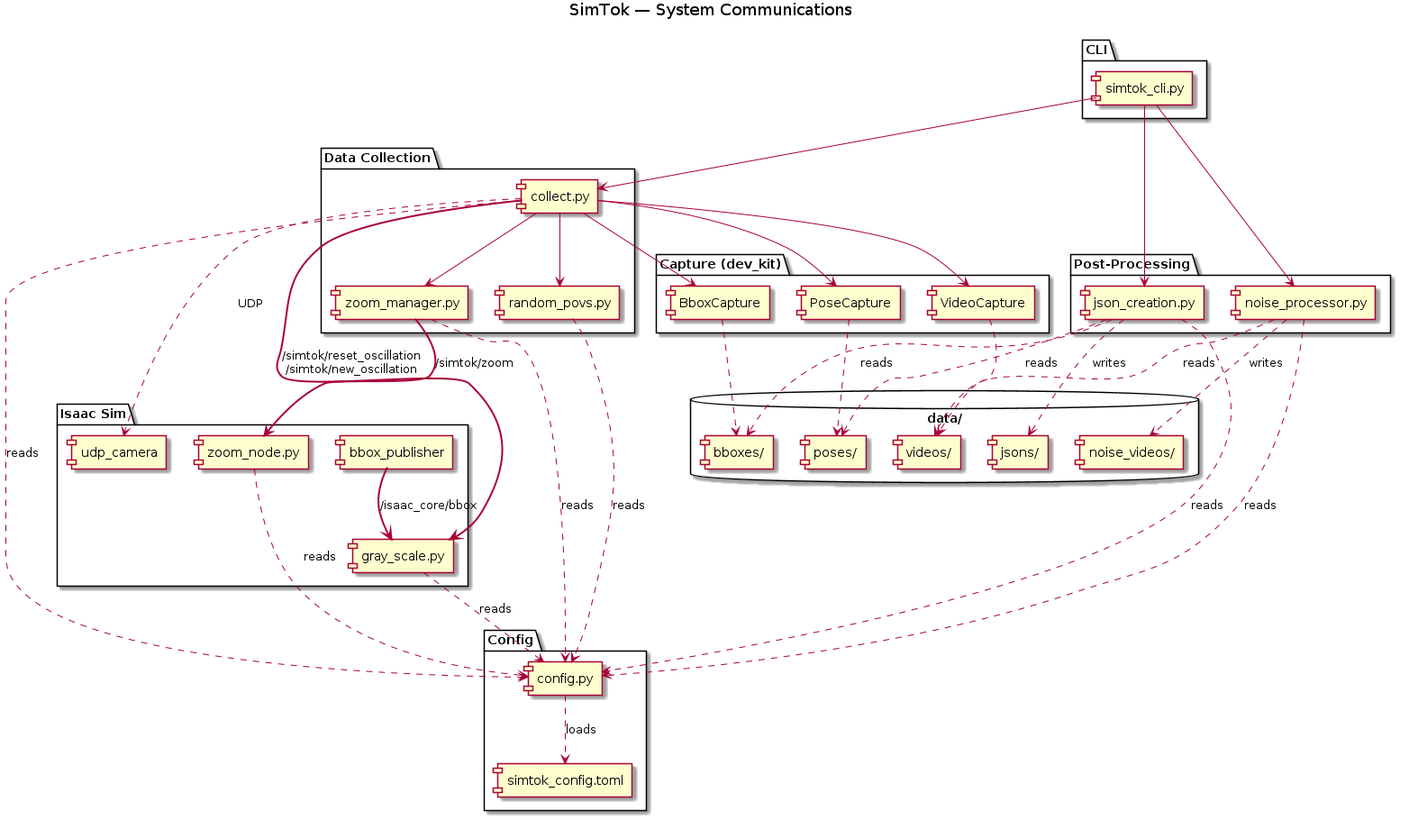
This is readme_assets/images/system_communications.png from JerichoGroup/simtok, a PlantUML export, as it was before one commit.
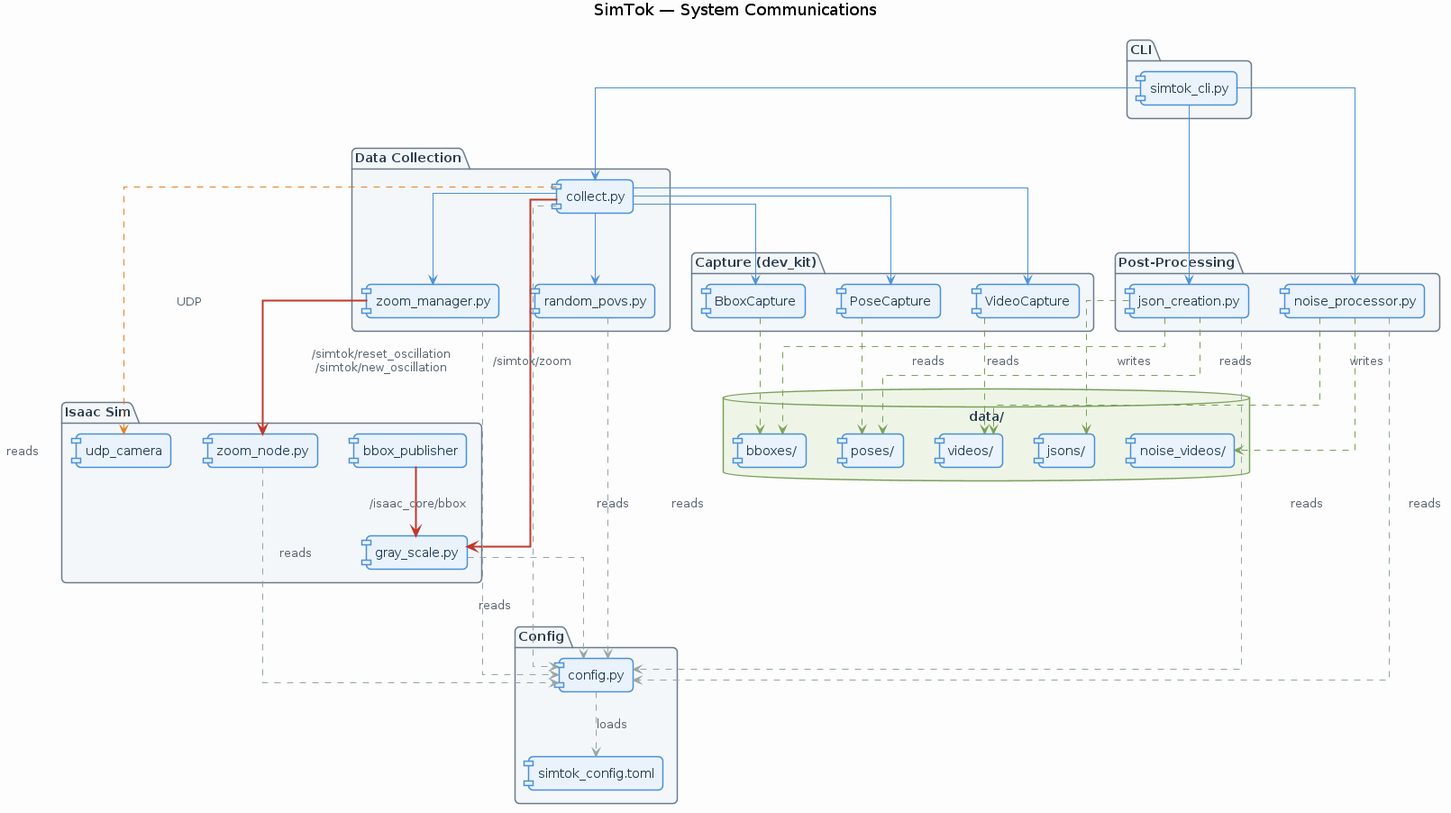
The same diagram one commit later.

What changed in the source:
```diff
@@ -1,6 +1,35 @@
 @startuml system_communications
 
 title SimTok — System Communications
+
+skinparam backgroundColor #FDFDFD
+skinparam shadowing false
+skinparam roundCorner 10
+skinparam linetype ortho
+skinparam nodesep 40
+skinparam ranksep 55
+
+skinparam package {
+    BorderColor #6B7B8C
+    BackgroundColor #F4F7FA
+    FontColor #2C3E50
+    FontStyle bold
+}
+
+skinparam component {
+    BorderColor #4A90D9
+    BackgroundColor #EAF3FB
+    FontColor #1F3A54
+}
+
+skinparam database {
+    BorderColor #7AA05A
+    BackgroundColor #EEF5E6
+}
+
+skinparam ArrowColor #5B6B7B
+skinparam ArrowFontColor #55606B
+skinparam ArrowThickness 1
 
 package "CLI" {
     [simtok_cli.py]
@@ -43,40 +72,40 @@
     [jsons/]
 }
 
-[simtok_cli.py] --> [collect.py]
-[simtok_cli.py] --> [noise_processor.py]
-[simtok_cli.py] --> [json_creation.py]
+[simtok_cli.py] -[#4A90D9]-> [collect.py]
+[simtok_cli.py] -[#4A90D9]-> [noise_processor.py]
+[simtok_cli.py] -[#4A90D9]-> [json_creation.py]
 
-[collect.py] --> [zoom_manager.py]
-[collect.py] --> [random_povs.py]
-[collect.py] --> [VideoCapture]
-[collect.py] --> [PoseCapture]
-[collect.py] --> [BboxCapture]
+[collect.py] -[#4A90D9]-> [zoom_manager.py]
+[collect.py] -[#4A90D9]-> [random_povs.py]
+[collect.py] -[#4A90D9]-> [VideoCapture]
+[collect.py] -[#4A90D9]-> [PoseCapture]
+[collect.py] -[#4A90D9]-> [BboxCapture]
 
-[collect.py] -[bold]-> [gray_scale.py] : /simtok/reset_oscillation\n/simtok/new_oscillation
-[zoom_manager.py] -[bold]-> [zoom_node.py] : /simtok/zoom
-[bbox_publisher] -[bold]-> [gray_scale.py] : /isaac_core/bbox
+[collect.py] -[#C0392B,bold]-> [gray_scale.py] : /simtok/reset_oscillation\n/simtok/new_oscillation
+[zoom_manager.py] -[#C0392B,bold]-> [zoom_node.py] : /simtok/zoom
+[bbox_publisher] -[#C0392B,bold]-> [gray_scale.py] : /isaac_core/bbox
 
-[collect.py] -[dashed]-> [udp_camera] : UDP
+[collect.py] -[#E67E22,dashed]-> [udp_camera] : UDP
 
-[VideoCapture] ..> [videos/]
-[PoseCapture] ..> [poses/]
-[BboxCapture] ..> [bboxes/]
+[VideoCapture] .[#7AA05A].> [videos/]
+[PoseCapture] .[#7AA05A].> [poses/]
+[BboxCapture] .[#7AA05A].> [bboxes/]
 
-[noise_processor.py] ..> [videos/] : reads
-[noise_processor.py] ..> [noise_videos/] : writes
+[noise_processor.py] .[#7AA05A].> [videos/] : reads
+[noise_processor.py] .[#7AA05A].> [noise_videos/] : writes
 
-[json_creation.py] ..> [poses/] : reads
-[json_creation.py] ..> [bboxes/] : reads
-[json_creation.py] ..> [jsons/] : writes
+[json_creation.py] .[#7AA05A].> [poses/] : reads
+[json_creation.py] .[#7AA05A].> [bboxes/] : reads
+[json_creation.py] .[#7AA05A].> [jsons/] : writes
 
-[config.py] ..> [simtok_config.toml] : loads
-[collect.py] ..> [config.py] : reads
-[random_povs.py] ..> [config.py] : reads
-[zoom_manager.py] ..> [config.py] : reads
-[noise_processor.py] ..> [config.py] : reads
-[json_creation.py] ..> [config.py] : reads
-[gray_scale.py] ..> [config.py] : reads
-[zoom_node.py] ..> [config.py] : reads
+[config.py] .[#95A5A6].> [simtok_config.toml] : loads
+[collect.py] .[#95A5A6].> [config.py] : reads
+[random_povs.py] .[#95A5A6].> [config.py] : reads
+[zoom_manager.py] .[#95A5A6].> [config.py] : reads
+[noise_processor.py] .[#95A5A6].> [config.py] : reads
+[json_creation.py] .[#95A5A6].> [config.py] : reads
+[gray_scale.py] .[#95A5A6].> [config.py] : reads
+[zoom_node.py] .[#95A5A6].> [config.py] : reads
 
 @enduml
```
